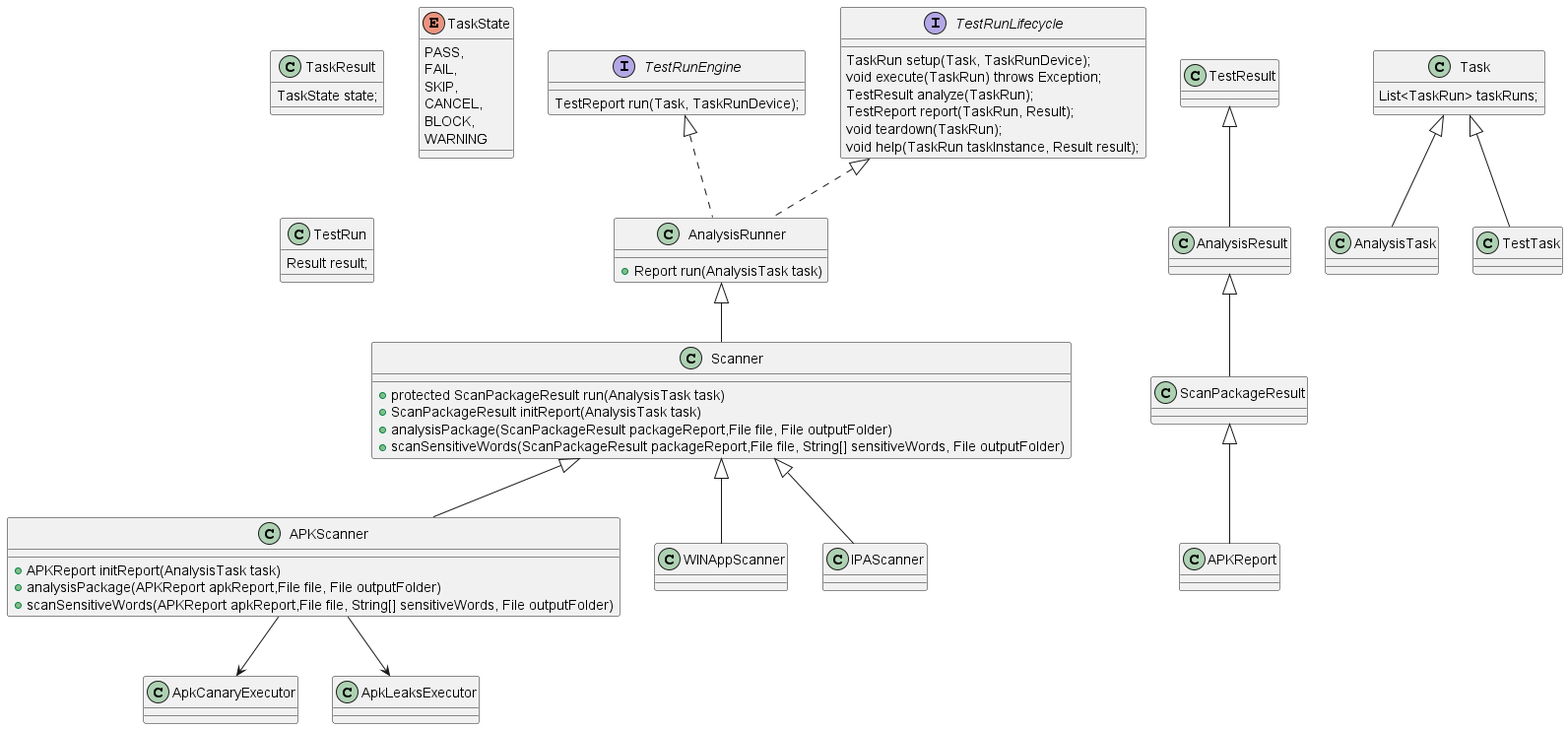
microsoft/HydraLab keeps this PlantUML diagram as docs/images/UML/packageScanner.png. Above is the earlier version.
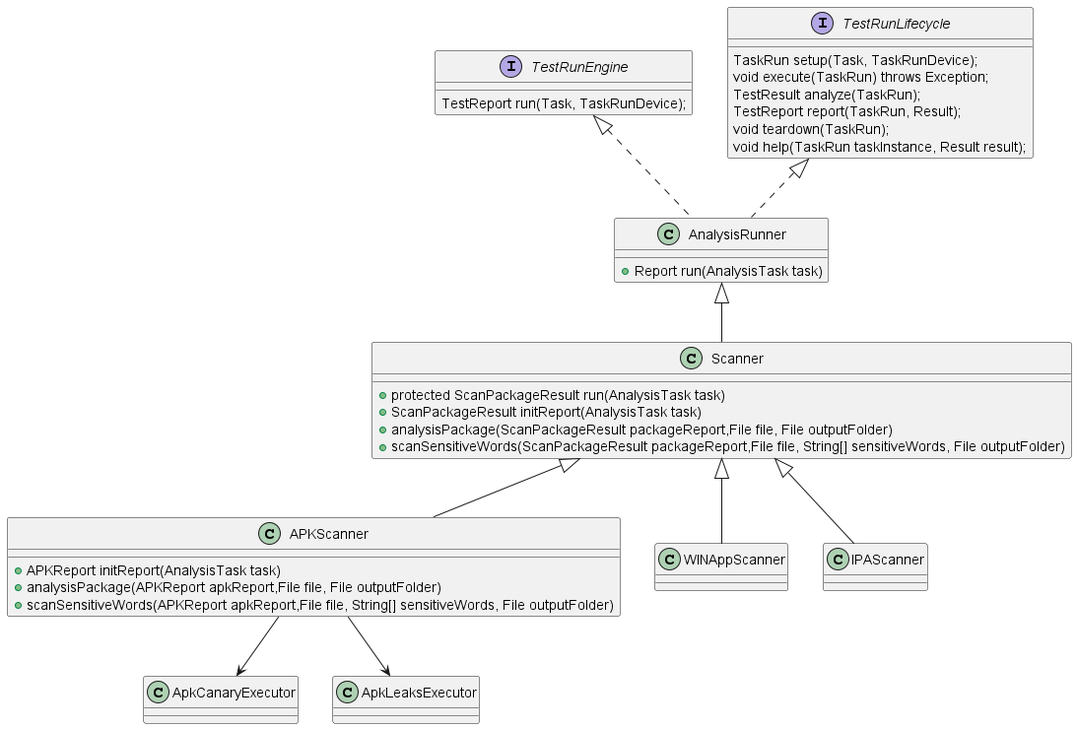
After the change.

Change to the diagram source:
```diff
@@ -1,5 +1,4 @@
 @startuml packageScanner
-
 interface TestRunEngine {
     TestReport run(Task, TaskRunDevice);
 }
@@ -11,12 +10,10 @@
     void teardown(TaskRun);
     void help(TaskRun taskInstance, Result result);
 }
-
 class AnalysisRunner implements TestRunEngine,TestRunLifecycle{
     +Report run(AnalysisTask task)
 
 }
-
 class Scanner extends AnalysisRunner{
     +protected ScanPackageResult run(AnalysisTask task)
     +ScanPackageResult initReport(AnalysisTask task)
@@ -35,33 +32,4 @@
 class WINAppScanner extends Scanner {}
 class IPAScanner extends Scanner {}
 
-class TaskResult{
-    TaskState state;
-
-}
-
-enum TaskState{
-    PASS,
-    FAIL,
-    SKIP,
-    CANCEL,
-    BLOCK,
-    WARNING
-}
-
-class AnalysisResult extends TestResult{}
-class ScanPackageResult extends AnalysisResult{}
-class APKReport extends ScanPackageResult{}
-
-class Task{
-    List<TaskRun> taskRuns;
-}
-class AnalysisTask extends Task{
-}
-class TestTask extends Task{}
-
-class TestRun{
-    Result result;
-}
-
 @enduml
```
